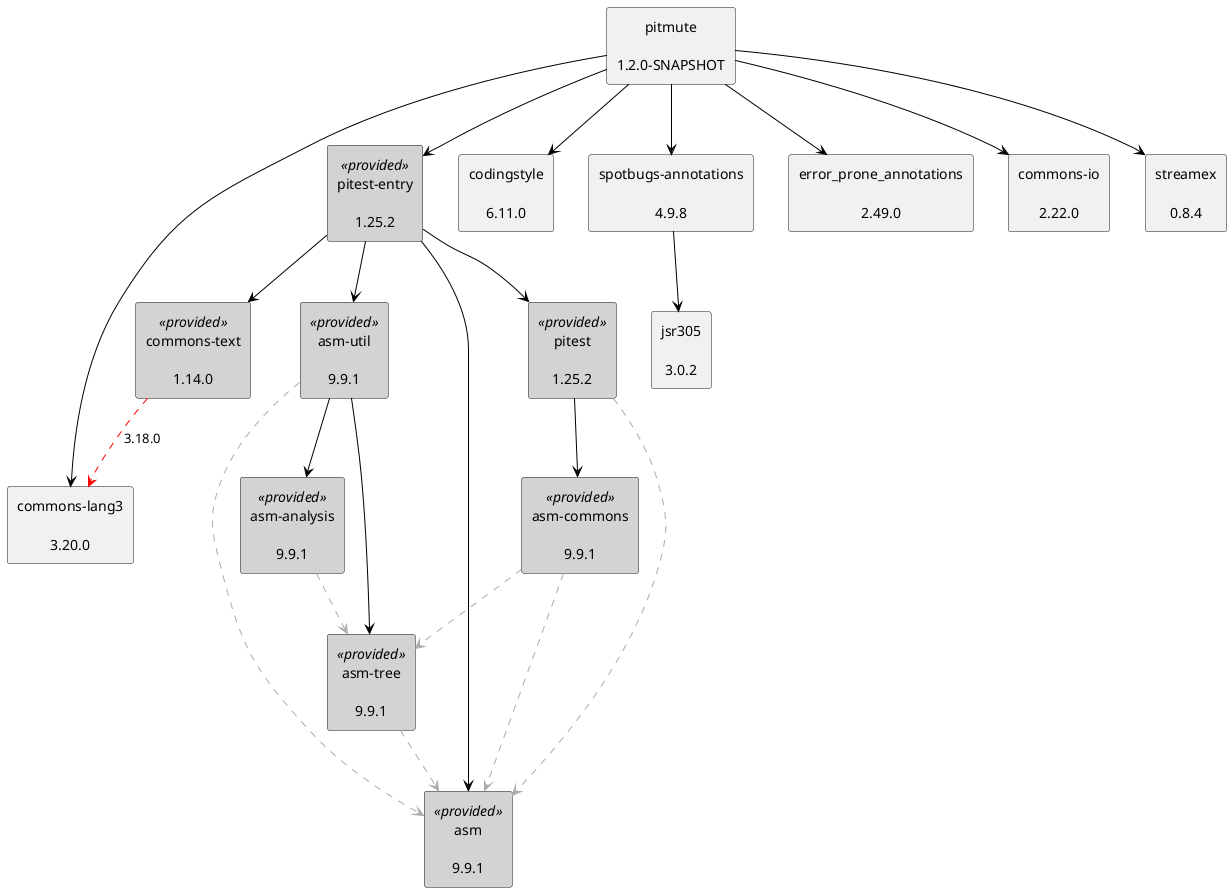
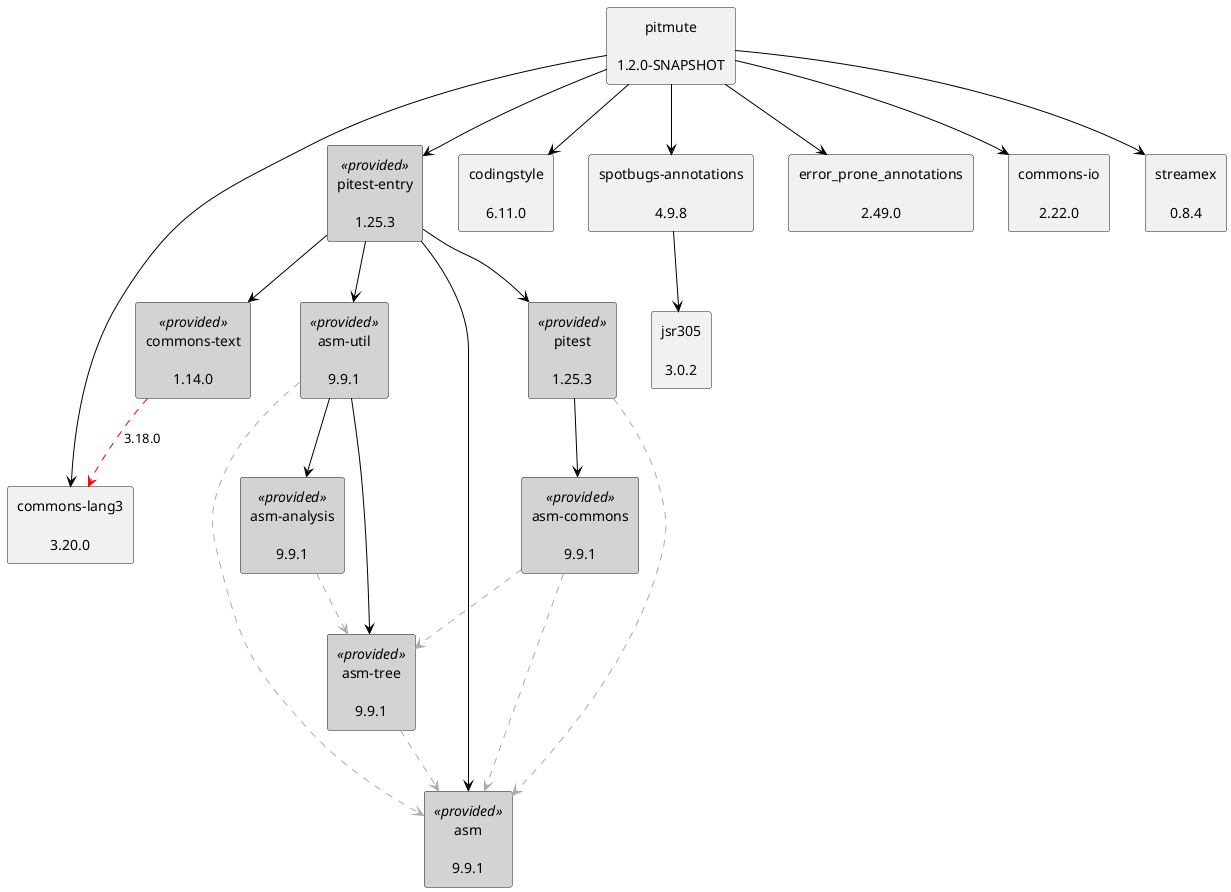
@startuml
skinparam defaultTextAlignment center
skinparam rectangle {
  BackgroundColor<<optional>> beige
  BackgroundColor<<test>> lightGreen
  BackgroundColor<<runtime>> lightBlue
  BackgroundColor<<provided>> lightGray
}
- rectangle "pitest\n\n1.25.2" as org_pitest_pitest_jar<<provided>>
+ rectangle "pitest\n\n1.25.3" as org_pitest_pitest_jar<<provided>>
rectangle "asm\n\n9.9.1" as org_ow2_asm_asm_jar<<provided>>
rectangle "asm-commons\n\n9.9.1" as org_ow2_asm_asm_commons_jar<<provided>>
rectangle "asm-tree\n\n9.9.1" as org_ow2_asm_asm_tree_jar<<provided>>
- rectangle "pitest-entry\n\n1.25.2" as org_pitest_pitest_entry_jar<<provided>>
+ rectangle "pitest-entry\n\n1.25.3" as org_pitest_pitest_entry_jar<<provided>>
rectangle "asm-util\n\n9.9.1" as org_ow2_asm_asm_util_jar<<provided>>
rectangle "asm-analysis\n\n9.9.1" as org_ow2_asm_asm_analysis_jar<<provided>>
rectangle "commons-text\n\n1.14.0" as org_apache_commons_commons_text_jar<<provided>>
rectangle "commons-lang3\n\n3.20.0" as org_apache_commons_commons_lang3_jar
rectangle "pitmute\n\n1.2.0-SNAPSHOT" as edu_hm_hafner_pitmute_jar
rectangle "codingstyle\n\n6.11.0" as edu_hm_hafner_codingstyle_jar
rectangle "spotbugs-annotations\n\n4.9.8" as com_github_spotbugs_spotbugs_annotations_jar
rectangle "jsr305\n\n3.0.2" as com_google_code_findbugs_jsr305_jar
rectangle "error_prone_annotations\n\n2.49.0" as com_google_errorprone_error_prone_annotations_jar
rectangle "commons-io\n\n2.22.0" as commons_io_commons_io_jar
rectangle "streamex\n\n0.8.4" as one_util_streamex_jar
org_pitest_pitest_jar .[#ABABAB].> org_ow2_asm_asm_jar
org_ow2_asm_asm_commons_jar .[#ABABAB].> org_ow2_asm_asm_jar
org_ow2_asm_asm_commons_jar .[#ABABAB].> org_ow2_asm_asm_tree_jar
org_pitest_pitest_jar -[#000000]-> org_ow2_asm_asm_commons_jar
org_pitest_pitest_entry_jar -[#000000]-> org_pitest_pitest_jar
org_pitest_pitest_entry_jar -[#000000]-> org_ow2_asm_asm_jar
org_ow2_asm_asm_util_jar .[#ABABAB].> org_ow2_asm_asm_jar
org_ow2_asm_asm_tree_jar .[#ABABAB].> org_ow2_asm_asm_jar
org_ow2_asm_asm_util_jar -[#000000]-> org_ow2_asm_asm_tree_jar
org_ow2_asm_asm_analysis_jar .[#ABABAB].> org_ow2_asm_asm_tree_jar
org_ow2_asm_asm_util_jar -[#000000]-> org_ow2_asm_asm_analysis_jar
org_pitest_pitest_entry_jar -[#000000]-> org_ow2_asm_asm_util_jar
org_apache_commons_commons_text_jar .[#FF0000].> org_apache_commons_commons_lang3_jar: 3.18.0
org_pitest_pitest_entry_jar -[#000000]-> org_apache_commons_commons_text_jar
edu_hm_hafner_pitmute_jar -[#000000]-> org_pitest_pitest_entry_jar
edu_hm_hafner_pitmute_jar -[#000000]-> edu_hm_hafner_codingstyle_jar
com_github_spotbugs_spotbugs_annotations_jar -[#000000]-> com_google_code_findbugs_jsr305_jar
edu_hm_hafner_pitmute_jar -[#000000]-> com_github_spotbugs_spotbugs_annotations_jar
edu_hm_hafner_pitmute_jar -[#000000]-> com_google_errorprone_error_prone_annotations_jar
edu_hm_hafner_pitmute_jar -[#000000]-> org_apache_commons_commons_lang3_jar
edu_hm_hafner_pitmute_jar -[#000000]-> commons_io_commons_io_jar
edu_hm_hafner_pitmute_jar -[#000000]-> one_util_streamex_jar
@enduml